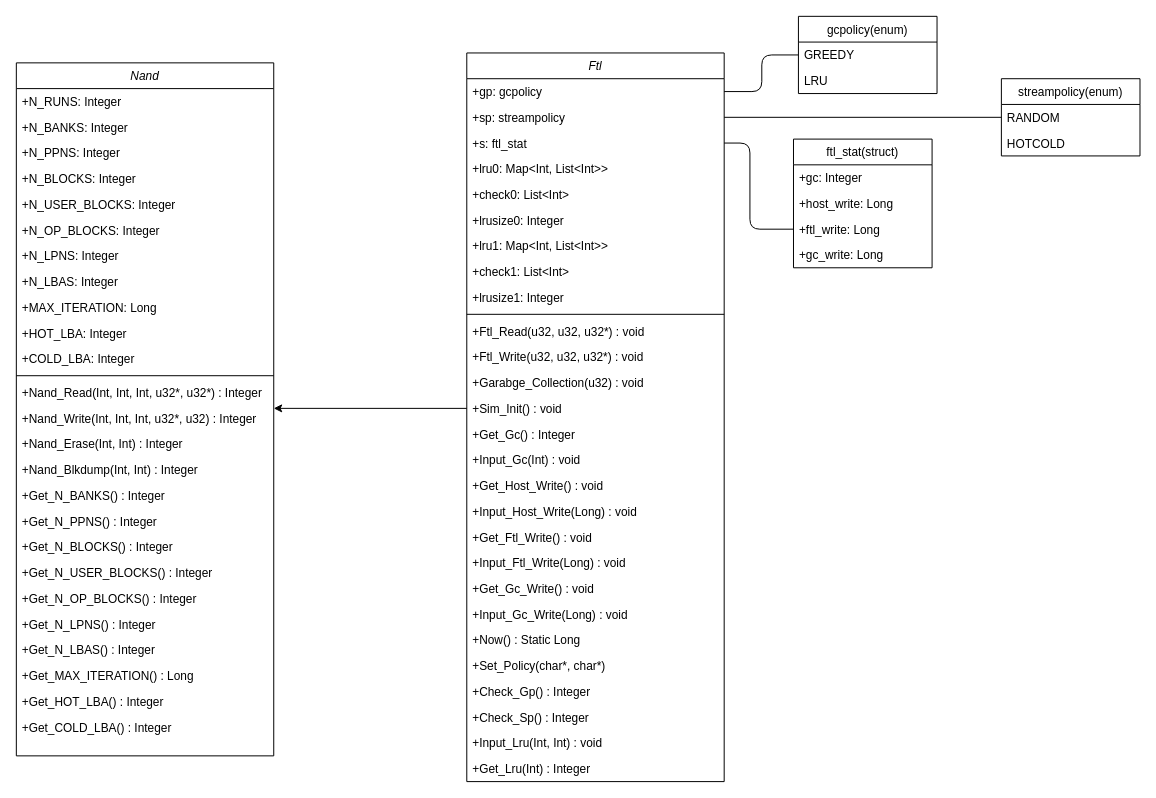
The draw.io diagram 1.drawio in wsm4287/7-Team, before the edit. Source tidied: cells renumbered, new cells numbered last; positions are measured from the earlier drawing's top-left corner, leaving out a move shared by most shapes. Both pictures are drawn from the tidied source at 99%, with x=0, y=0 at pixel (16, 16).
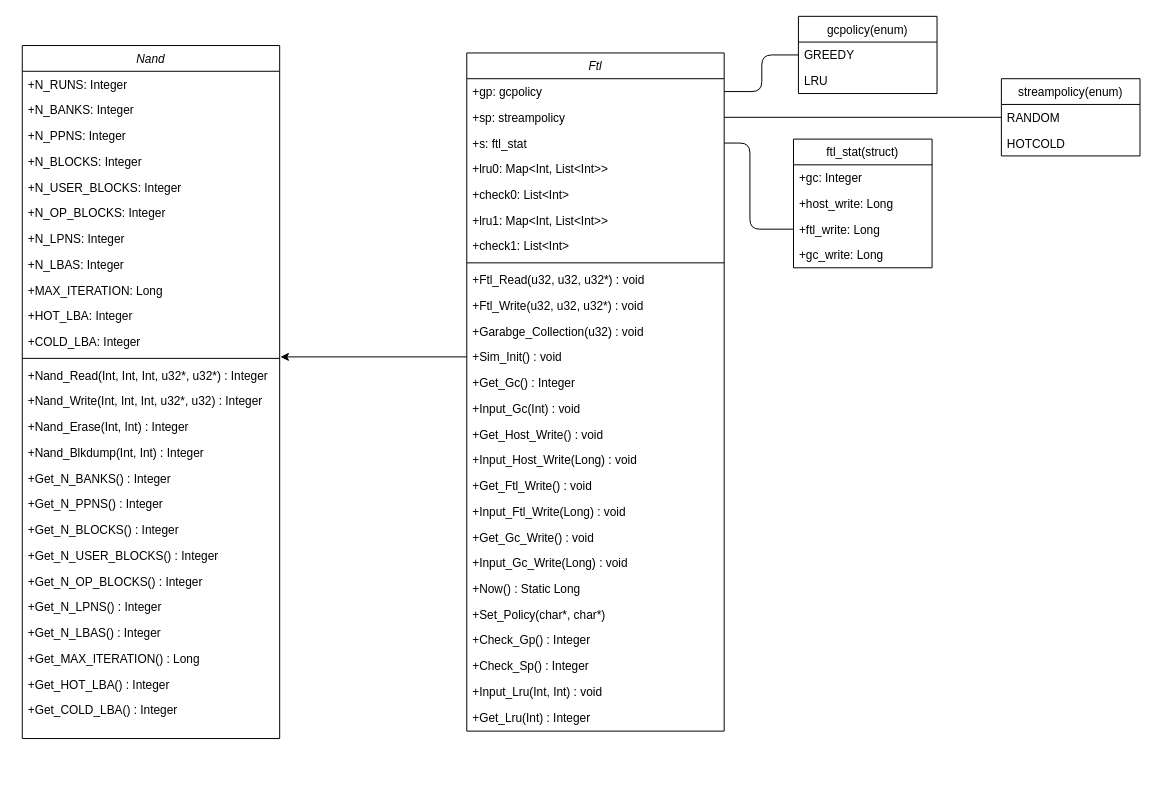
The same diagram, later.

Commit message:
class diagram

The change refers to these unchanged cells:
```xml
<mxCell id="16" value="+Nand_Write(Int, Int, Int, u32*, u32) : Integer" style="text;align=left;verticalAlign=top;spacingLeft=4;spacingRight=4;overflow=hidden;points=[[0,0.5],[1,0.5]];portConstraint=eastwest;" parent="2" vertex="1">
  <mxGeometry y="346" width="260" height="26" as="geometry" />
</mxCell>
```

Change to the diagram source:
```diff
@@
     <mxCell id="2" value="Nand" style="swimlane;fontStyle=2;align=center;verticalAlign=top;horizontal=1;startSize=26;rounded=0;shadow=0;strokeWidth=1;" parent="1" vertex="1">
-      <mxGeometry y="47" width="260" height="700" as="geometry" />
+      <mxGeometry x="6" y="29.5" width="260" height="700" as="geometry" />
     </mxCell>
@@
     <mxCell id="29" value="Ftl" style="swimlane;fontStyle=2;align=center;verticalAlign=top;horizontal=1;startSize=26;rounded=0;shadow=0;strokeWidth=1;" parent="1" vertex="1">
-      <mxGeometry x="455" y="37" width="260" height="736" as="geometry" />
+      <mxGeometry x="455" y="37" width="260" height="685" as="geometry" />
     </mxCell>
@@
-    <mxCell id="35" value="+lrusize0: Integer" style="text;align=left;verticalAlign=top;spacingLeft=4;spacingRight=4;overflow=hidden;rounded=0;shadow=0;html=0;" parent="29" vertex="1">
-      <mxGeometry y="156" width="260" height="26" as="geometry" />
-    </mxCell>
     <mxCell id="36" value="+lru1: Map&lt;Int, List&lt;Int&gt;&gt;" style="text;align=left;verticalAlign=top;spacingLeft=4;spacingRight=4;overflow=hidden;rounded=0;shadow=0;html=0;" parent="29" vertex="1">
-      <mxGeometry y="182" width="260" height="26" as="geometry" />
+      <mxGeometry y="156" width="260" height="26" as="geometry" />
     </mxCell>
     <mxCell id="37" value="+check1: List&lt;Int&gt;" style="text;align=left;verticalAlign=top;spacingLeft=4;spacingRight=4;overflow=hidden;rounded=0;shadow=0;html=0;" parent="29" vertex="1">
-      <mxGeometry y="208" width="260" height="26" as="geometry" />
+      <mxGeometry y="182" width="260" height="26" as="geometry" />
     </mxCell>
-    <mxCell id="38" value="+lrusize1: Integer" style="text;align=left;verticalAlign=top;spacingLeft=4;spacingRight=4;overflow=hidden;rounded=0;shadow=0;html=0;" parent="29" vertex="1">
-      <mxGeometry y="234" width="260" height="26" as="geometry" />
-    </mxCell>
     <mxCell id="39" style="line;html=1;strokeWidth=1;align=left;verticalAlign=middle;spacingTop=-1;spacingLeft=3;spacingRight=3;labelPosition=right;" parent="29" vertex="1">
-      <mxGeometry y="260" width="260" height="8" as="geometry" />
+      <mxGeometry y="208" width="260" height="8" as="geometry" />
     </mxCell>
     <mxCell id="40" value="+Ftl_Read(u32, u32, u32*) : void" style="text;align=left;verticalAlign=top;spacingLeft=4;spacingRight=4;overflow=hidden;" parent="29" vertex="1">
-      <mxGeometry y="268" width="260" height="26" as="geometry" />
+      <mxGeometry y="216" width="260" height="26" as="geometry" />
     </mxCell>
     <mxCell id="41" value="+Ftl_Write(u32, u32, u32*) : void" style="text;align=left;verticalAlign=top;spacingLeft=4;spacingRight=4;overflow=hidden;" parent="29" vertex="1">
-      <mxGeometry y="294" width="260" height="26" as="geometry" />
+      <mxGeometry y="242" width="260" height="26" as="geometry" />
     </mxCell>
     <mxCell id="42" value="+Garabge_Collection(u32) : void" style="text;align=left;verticalAlign=top;spacingLeft=4;spacingRight=4;overflow=hidden;" parent="29" vertex="1">
-      <mxGeometry y="320" width="260" height="26" as="geometry" />
+      <mxGeometry y="268" width="260" height="26" as="geometry" />
     </mxCell>
     <mxCell id="43" value="+Sim_Init() : void" style="text;align=left;verticalAlign=top;spacingLeft=4;spacingRight=4;overflow=hidden;points=[[0,0.5],[1,0.5]];portConstraint=eastwest;" parent="29" vertex="1">
-      <mxGeometry y="346" width="260" height="26" as="geometry" />
+      <mxGeometry y="294" width="260" height="26" as="geometry" />
     </mxCell>
     <mxCell id="44" value="+Get_Gc() : Integer" style="text;align=left;verticalAlign=top;spacingLeft=4;spacingRight=4;overflow=hidden;" parent="29" vertex="1">
-      <mxGeometry y="372" width="260" height="26" as="geometry" />
+      <mxGeometry y="320" width="260" height="26" as="geometry" />
     </mxCell>
     <mxCell id="45" value="+Input_Gc(Int) : void" style="text;align=left;verticalAlign=top;spacingLeft=4;spacingRight=4;overflow=hidden;" parent="29" vertex="1">
-      <mxGeometry y="398" width="260" height="26" as="geometry" />
+      <mxGeometry y="346" width="260" height="26" as="geometry" />
     </mxCell>
     <mxCell id="46" value="+Get_Host_Write() : void" style="text;align=left;verticalAlign=top;spacingLeft=4;spacingRight=4;overflow=hidden;" parent="29" vertex="1">
-      <mxGeometry y="424" width="260" height="26" as="geometry" />
+      <mxGeometry y="372" width="260" height="26" as="geometry" />
     </mxCell>
     <mxCell id="47" value="+Input_Host_Write(Long) : void" style="text;align=left;verticalAlign=top;spacingLeft=4;spacingRight=4;overflow=hidden;" parent="29" vertex="1">
-      <mxGeometry y="450" width="260" height="26" as="geometry" />
+      <mxGeometry y="398" width="260" height="26" as="geometry" />
     </mxCell>
     <mxCell id="48" value="+Get_Ftl_Write() : void" style="text;align=left;verticalAlign=top;spacingLeft=4;spacingRight=4;overflow=hidden;" parent="29" vertex="1">
-      <mxGeometry y="476" width="260" height="26" as="geometry" />
+      <mxGeometry y="424" width="260" height="26" as="geometry" />
     </mxCell>
     <mxCell id="49" value="+Input_Ftl_Write(Long) : void" style="text;align=left;verticalAlign=top;spacingLeft=4;spacingRight=4;overflow=hidden;" parent="29" vertex="1">
-      <mxGeometry y="502" width="260" height="26" as="geometry" />
+      <mxGeometry y="450" width="260" height="26" as="geometry" />
     </mxCell>
     <mxCell id="50" value="+Get_Gc_Write() : void" style="text;align=left;verticalAlign=top;spacingLeft=4;spacingRight=4;overflow=hidden;" parent="29" vertex="1">
-      <mxGeometry y="528" width="260" height="26" as="geometry" />
+      <mxGeometry y="476" width="260" height="26" as="geometry" />
     </mxCell>
     <mxCell id="51" value="+Input_Gc_Write(Long) : void" style="text;align=left;verticalAlign=top;spacingLeft=4;spacingRight=4;overflow=hidden;" parent="29" vertex="1">
-      <mxGeometry y="554" width="260" height="26" as="geometry" />
+      <mxGeometry y="502" width="260" height="26" as="geometry" />
     </mxCell>
     <mxCell id="52" value="+Now() : Static Long" style="text;align=left;verticalAlign=top;spacingLeft=4;spacingRight=4;overflow=hidden;" parent="29" vertex="1">
-      <mxGeometry y="580" width="260" height="26" as="geometry" />
+      <mxGeometry y="528" width="260" height="26" as="geometry" />
     </mxCell>
     <mxCell id="53" value="+Set_Policy(char*, char*)" style="text;align=left;verticalAlign=top;spacingLeft=4;spacingRight=4;overflow=hidden;" parent="29" vertex="1">
-      <mxGeometry y="606" width="260" height="26" as="geometry" />
+      <mxGeometry y="554" width="260" height="26" as="geometry" />
     </mxCell>
     <mxCell id="54" value="+Check_Gp() : Integer" style="text;align=left;verticalAlign=top;spacingLeft=4;spacingRight=4;overflow=hidden;" parent="29" vertex="1">
-      <mxGeometry y="632" width="260" height="26" as="geometry" />
+      <mxGeometry y="580" width="260" height="26" as="geometry" />
     </mxCell>
     <mxCell id="55" value="+Check_Sp() : Integer" style="text;align=left;verticalAlign=top;spacingLeft=4;spacingRight=4;overflow=hidden;" parent="29" vertex="1">
-      <mxGeometry y="658" width="260" height="26" as="geometry" />
+      <mxGeometry y="606" width="260" height="26" as="geometry" />
     </mxCell>
     <mxCell id="56" value="+Input_Lru(Int, Int) : void" style="text;align=left;verticalAlign=top;spacingLeft=4;spacingRight=4;overflow=hidden;" parent="29" vertex="1">
-      <mxGeometry y="684" width="260" height="26" as="geometry" />
+      <mxGeometry y="632" width="260" height="26" as="geometry" />
     </mxCell>
     <mxCell id="57" value="+Get_Lru(Int) : Integer" style="text;align=left;verticalAlign=top;spacingLeft=4;spacingRight=4;overflow=hidden;" parent="29" vertex="1">
-      <mxGeometry y="710" width="260" height="26" as="geometry" />
+      <mxGeometry y="658" width="260" height="26" as="geometry" />
     </mxCell>
-    <mxCell id="58" style="edgeStyle=orthogonalEdgeStyle;rounded=0;jettySize=auto;html=1;exitX=0;exitY=0.5;exitDx=0;exitDy=0;entryX=1;entryY=0.115;entryDx=0;entryDy=0;entryPerimeter=0;" parent="1" edge="1" source="43" target="16">
-      <mxGeometry relative="1" as="geometry" />
-    </mxCell>
@@
+    <mxCell id="73" style="edgeStyle=orthogonalEdgeStyle;rounded=0;jettySize=auto;html=1;exitX=0;exitY=0.5;exitDx=0;exitDy=0;" parent="1" edge="1" source="43">
+      <mxGeometry relative="1" as="geometry">
+        <mxPoint x="266.8" y="344" as="targetPoint" />
+      </mxGeometry>
+    </mxCell>
```
